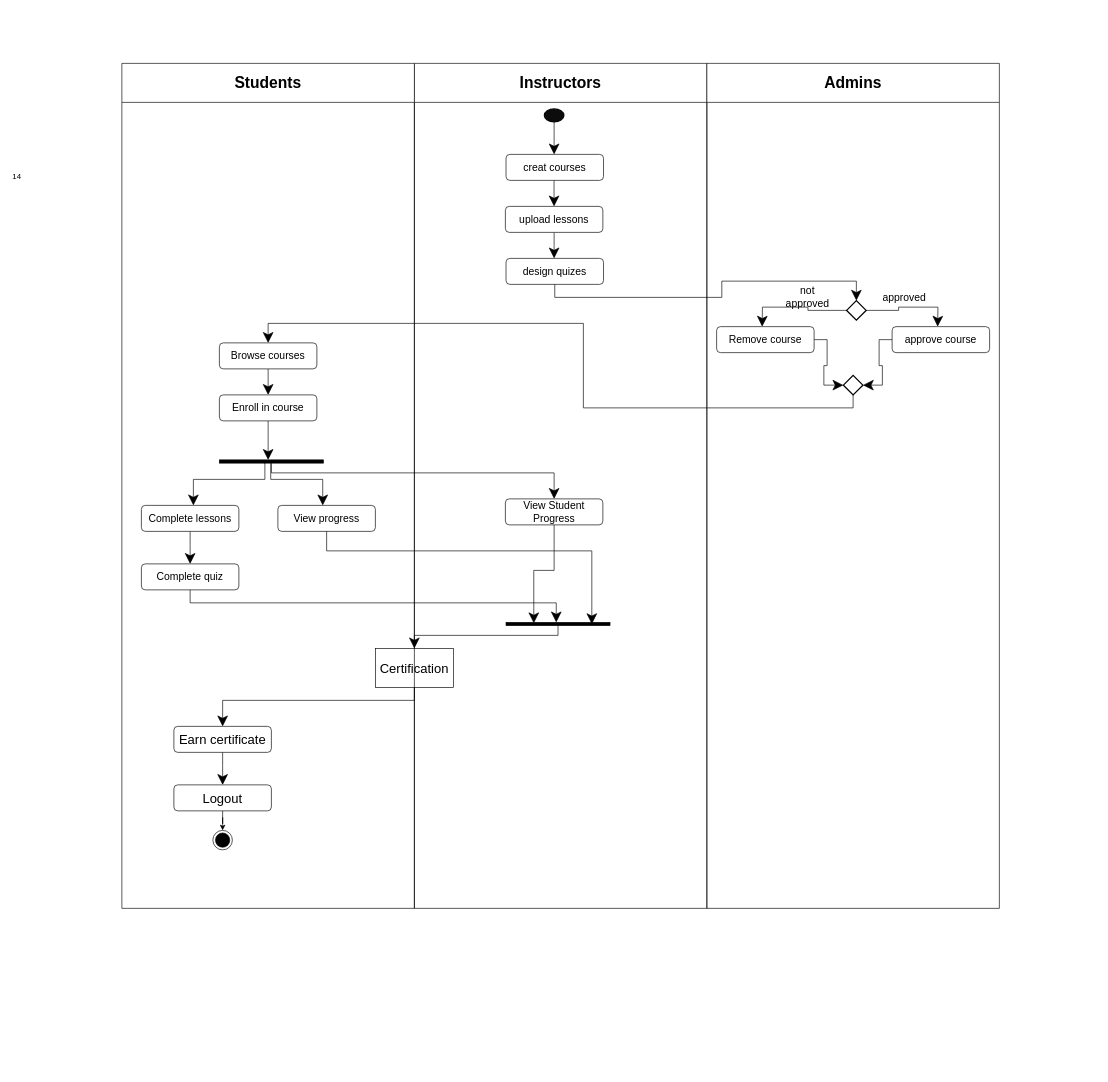
This is Diagrams/activity diagram.drawio from Smook-e/Prog2_lab6, a draw.io file, before an edit. Source tidied: cells renumbered, new cells numbered last; positions are measured from the earlier drawing's top-left corner, leaving out a move shared by most shapes. Both pictures are drawn from the tidied source at 65%, with x=0, y=0 at pixel (11, 63).
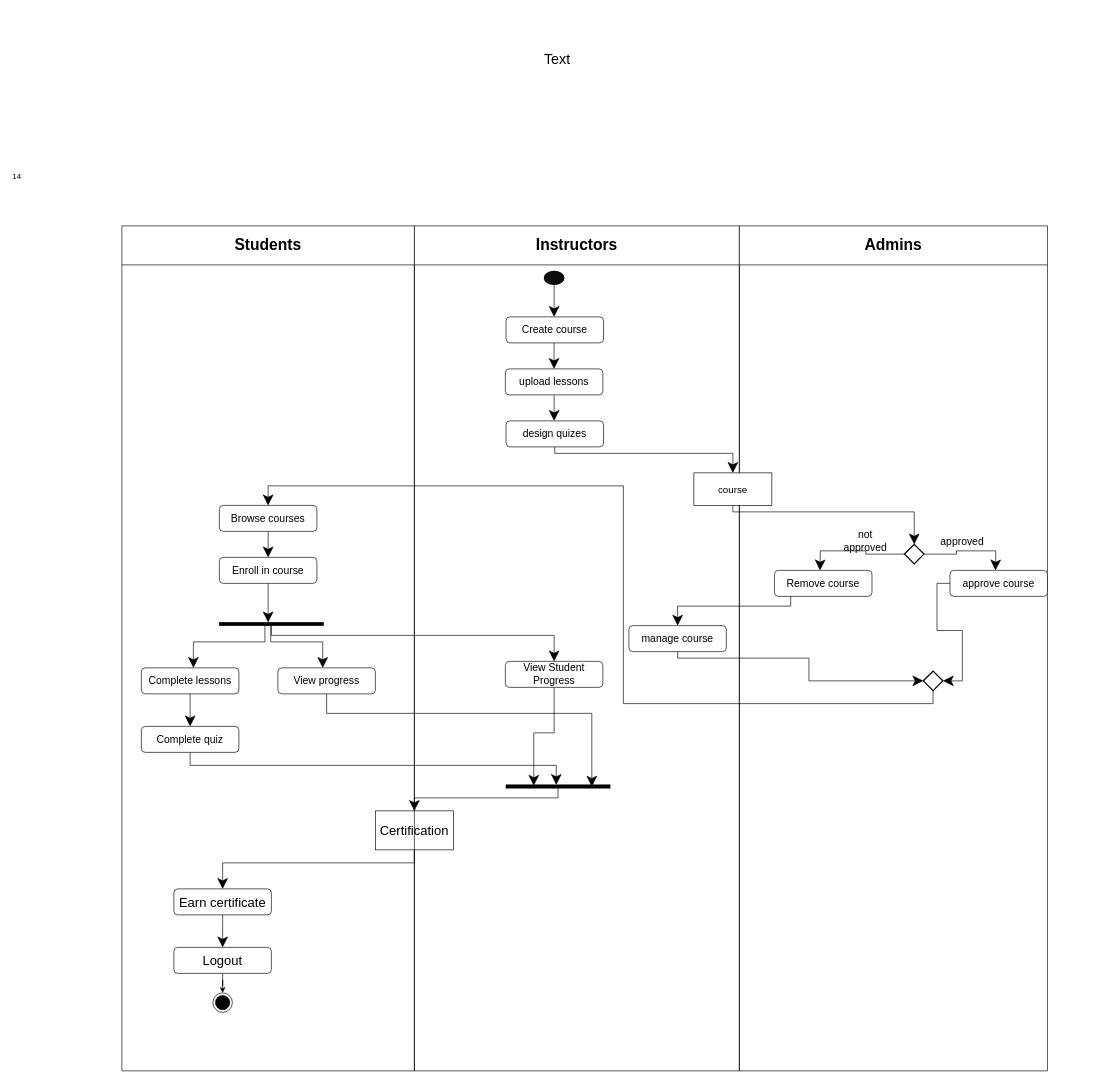
The same page after the edit.

Unchanged cells that the change refers to:
```xml
<mxCell id="9" value="design quizes" style="rounded=1;whiteSpace=wrap;html=1;fontSize=16;" parent="2" vertex="1">
  <mxGeometry x="141" y="300" width="150" height="40" as="geometry" />
</mxCell>
<mxCell id="10" value="View Student Progress" style="rounded=1;whiteSpace=wrap;html=1;fontSize=16;" parent="2" vertex="1">
  <mxGeometry x="140" y="670" width="150" height="40" as="geometry" />
</mxCell>
<mxCell id="12" style="html=1;points=[];perimeter=orthogonalPerimeter;fillColor=strokeColor;direction=south;" parent="2" vertex="1">
  <mxGeometry x="141" y="860" width="160" height="5" as="geometry" />
</mxCell>
<mxCell id="14" value="Certification" style="rounded=0;whiteSpace=wrap;html=1;fontSize=20;" parent="2" vertex="1">
  <mxGeometry x="-60" y="900" width="120" height="60" as="geometry" />
</mxCell>
<mxCell id="22" style="html=1;points=[];perimeter=orthogonalPerimeter;fillColor=strokeColor;direction=south;" parent="15" vertex="1">
  <mxGeometry x="150" y="610" width="160" height="5" as="geometry" />
</mxCell>
<mxCell id="23" value="View progress" style="rounded=1;whiteSpace=wrap;html=1;fontSize=16;" parent="15" vertex="1">
  <mxGeometry x="240" y="680" width="150" height="40" as="geometry" />
</mxCell>
<mxCell id="26" value="Complete quiz" style="rounded=1;whiteSpace=wrap;html=1;fontSize=16;" parent="15" vertex="1">
  <mxGeometry x="30" y="770" width="150" height="40" as="geometry" />
</mxCell>
<mxCell id="28" value="Earn certificate" style="rounded=1;whiteSpace=wrap;html=1;fontSize=20;" parent="15" vertex="1">
  <mxGeometry x="80" y="1020" width="150" height="40" as="geometry" />
</mxCell>
```

What changed in the source:
```diff
@@
     <mxCell id="2" value="Instructors" style="swimlane;whiteSpace=wrap;html=1;startSize=60;fontSize=24;" parent="1" vertex="1">
-      <mxGeometry x="620" width="450" height="1300" as="geometry" />
+      <mxGeometry x="620" y="250" width="500" height="1300" as="geometry" />
     </mxCell>
@@
-    <mxCell id="6" value="creat courses" style="rounded=1;whiteSpace=wrap;html=1;fontSize=16;" parent="2" vertex="1">
+    <mxCell id="6" value="Create course" style="rounded=1;whiteSpace=wrap;html=1;fontSize=16;" parent="2" vertex="1">
       <mxGeometry x="141" y="140" width="150" height="40" as="geometry" />
     </mxCell>
@@
     <mxCell id="15" value="Students" style="swimlane;whiteSpace=wrap;html=1;startSize=60;strokeWidth=1;fontSize=24;" parent="1" vertex="1">
-      <mxGeometry x="170" width="450" height="1300" as="geometry" />
+      <mxGeometry x="170" y="250" width="450" height="1300" as="geometry" />
     </mxCell>
@@
     <mxCell id="32" value="Admins" style="swimlane;whiteSpace=wrap;html=1;startSize=60;fontSize=24;" parent="1" vertex="1">
-      <mxGeometry x="1070" width="450" height="1300" as="geometry" />
+      <mxGeometry x="1120" y="250" width="474" height="1300" as="geometry" />
     </mxCell>
+    <mxCell id="50" value="manage course" style="rounded=1;whiteSpace=wrap;html=1;fontSize=16;" parent="32" vertex="1">
+      <mxGeometry x="-170" y="615" width="150" height="40" as="geometry" />
+    </mxCell>
     <mxCell id="33" style="edgeStyle=orthogonalEdgeStyle;rounded=0;jettySize=auto;html=1;endSize=14;startSize=14;" parent="32" edge="1" source="35">
       <mxGeometry relative="1" as="geometry">
-        <mxPoint x="355" y="405" as="targetPoint" />
+        <mxPoint x="394" y="530" as="targetPoint" />
       </mxGeometry>
     </mxCell>
     <mxCell id="34" style="edgeStyle=orthogonalEdgeStyle;rounded=0;jettySize=auto;html=1;startSize=14;endSize=14;" parent="32" edge="1" source="35">
       <mxGeometry relative="1" as="geometry">
-        <mxPoint x="85" y="405" as="targetPoint" />
+        <mxPoint x="124" y="530" as="targetPoint" />
       </mxGeometry>
     </mxCell>
     <mxCell id="35" style="rhombus;whiteSpace=wrap;html=1;strokeWidth=2;" parent="32" vertex="1">
-      <mxGeometry x="215" y="365" width="30" height="30" as="geometry" />
+      <mxGeometry x="254" y="490" width="30" height="30" as="geometry" />
     </mxCell>
     <mxCell id="36" value="approved" style="text;html=1;whiteSpace=wrap;strokeColor=none;fillColor=none;align=center;verticalAlign=middle;rounded=0;fontSize=16;strokeWidth=3;" parent="32" vertex="1">
-      <mxGeometry x="274" y="345" width="60" height="30" as="geometry" />
+      <mxGeometry x="313" y="470" width="60" height="30" as="geometry" />
     </mxCell>
     <mxCell id="37" value="not approved" style="text;html=1;whiteSpace=wrap;strokeColor=none;fillColor=none;align=center;verticalAlign=middle;rounded=0;fontSize=16;strokeWidth=3;" parent="32" vertex="1">
-      <mxGeometry x="125" y="345" width="60" height="30" as="geometry" />
+      <mxGeometry x="164" y="470" width="60" height="30" as="geometry" />
     </mxCell>
-    <mxCell id="38" style="edgeStyle=orthogonalEdgeStyle;rounded=0;jettySize=auto;html=1;entryX=0;entryY=0.5;entryDx=0;entryDy=0;endSize=14;startSize=14;" parent="32" edge="1" source="39" target="42">
-      <mxGeometry relative="1" as="geometry" />
-    </mxCell>
     <mxCell id="39" value="Remove course" style="rounded=1;whiteSpace=wrap;html=1;fontSize=16;" parent="32" vertex="1">
-      <mxGeometry x="15" y="405" width="150" height="40" as="geometry" />
+      <mxGeometry x="54" y="530" width="150" height="40" as="geometry" />
     </mxCell>
@@
     <mxCell id="41" value="approve course" style="rounded=1;whiteSpace=wrap;html=1;fontSize=16;" parent="32" vertex="1">
-      <mxGeometry x="285" y="405" width="150" height="40" as="geometry" />
+      <mxGeometry x="324" y="530" width="150" height="40" as="geometry" />
     </mxCell>
     <mxCell id="42" style="rhombus;whiteSpace=wrap;html=1;strokeWidth=2;" parent="32" vertex="1">
-      <mxGeometry x="210" y="480" width="30" height="30" as="geometry" />
+      <mxGeometry x="283" y="685" width="30" height="30" as="geometry" />
     </mxCell>
-    <mxCell id="43" style="edgeStyle=orthogonalEdgeStyle;rounded=0;jettySize=auto;html=1;entryX=0.5;entryY=0;entryDx=0;entryDy=0;exitX=0.5;exitY=1;exitDx=0;exitDy=0;startSize=14;endSize=14;" parent="1" edge="1" source="9" target="35">
-      <mxGeometry relative="1" as="geometry" />
-    </mxCell>
+    <mxCell id="51" style="edgeStyle=orthogonalEdgeStyle;rounded=0;jettySize=auto;html=1;entryX=0.5;entryY=0;entryDx=0;entryDy=0;startSize=14;endSize=14;" parent="32" edge="1" source="39" target="50">
+      <mxGeometry relative="1" as="geometry">
+        <Array as="points">
+          <mxPoint x="79" y="585" />
+          <mxPoint x="-95" y="585" />
+        </Array>
+      </mxGeometry>
+    </mxCell>
+    <mxCell id="52" style="edgeStyle=orthogonalEdgeStyle;rounded=0;jettySize=auto;html=1;entryX=0;entryY=0.5;entryDx=0;entryDy=0;startSize=14;endSize=14;" parent="32" edge="1" source="50" target="42">
+      <mxGeometry relative="1" as="geometry">
+        <Array as="points">
+          <mxPoint x="-95" y="665" />
+          <mxPoint x="107" y="665" />
+          <mxPoint x="107" y="700" />
+        </Array>
+      </mxGeometry>
+    </mxCell>
+    <mxCell id="53" value="course" style="rounded=0;whiteSpace=wrap;html=1;fontSize=15;" parent="32" vertex="1">
+      <mxGeometry x="-70" y="380" width="120" height="50" as="geometry" />
+    </mxCell>
+    <mxCell id="54" style="edgeStyle=orthogonalEdgeStyle;rounded=0;jettySize=auto;html=1;entryX=0.5;entryY=0;entryDx=0;entryDy=0;startSize=14;endSize=14;" parent="32" edge="1" source="53" target="35">
+      <mxGeometry relative="1" as="geometry">
+        <Array as="points">
+          <mxPoint x="-10" y="440" />
+          <mxPoint x="269" y="440" />
+        </Array>
+      </mxGeometry>
+    </mxCell>
@@
     <mxCell id="45" style="edgeStyle=orthogonalEdgeStyle;rounded=0;jettySize=auto;html=1;entryX=0.533;entryY=0.175;entryDx=0;entryDy=0;entryPerimeter=0;endSize=14;startSize=14;" parent="1" edge="1" source="23" target="12">
       <mxGeometry relative="1" as="geometry">
         <Array as="points">
-          <mxPoint x="485" y="750" />
-          <mxPoint x="893" y="750" />
+          <mxPoint x="485" y="1000" />
+          <mxPoint x="893" y="1000" />
         </Array>
       </mxGeometry>
     </mxCell>
     <mxCell id="46" style="edgeStyle=orthogonalEdgeStyle;rounded=0;jettySize=auto;html=1;entryX=0;entryY=0.517;entryDx=0;entryDy=0;entryPerimeter=0;endSize=14;startSize=14;" parent="1" edge="1" source="26" target="12">
       <mxGeometry relative="1" as="geometry">
         <Array as="points">
-          <mxPoint x="275" y="830" />
-          <mxPoint x="838" y="830" />
+          <mxPoint x="275" y="1080" />
+          <mxPoint x="838" y="1080" />
         </Array>
       </mxGeometry>
     </mxCell>
     <mxCell id="47" style="edgeStyle=orthogonalEdgeStyle;rounded=0;jettySize=auto;html=1;entryX=0.5;entryY=0;entryDx=0;entryDy=0;endSize=14;startSize=14;" parent="1" edge="1" source="14" target="28">
       <mxGeometry relative="1" as="geometry">
         <Array as="points">
-          <mxPoint x="620" y="980" />
-          <mxPoint x="325" y="980" />
+          <mxPoint x="620" y="1230" />
+          <mxPoint x="325" y="1230" />
         </Array>
       </mxGeometry>
     </mxCell>
@@
     <mxCell id="49" style="edgeStyle=orthogonalEdgeStyle;rounded=0;jettySize=auto;html=1;entryX=0.5;entryY=0;entryDx=0;entryDy=0;endSize=14;startSize=14;" parent="1" edge="1" source="22" target="10">
       <mxGeometry relative="1" as="geometry">
         <Array as="points">
-          <mxPoint x="400" y="630" />
-          <mxPoint x="835" y="630" />
+          <mxPoint x="400" y="880" />
+          <mxPoint x="835" y="880" />
         </Array>
       </mxGeometry>
     </mxCell>
+    <mxCell id="55" style="edgeStyle=orthogonalEdgeStyle;rounded=0;jettySize=auto;html=1;startSize=14;endSize=14;" parent="1" edge="1" source="9" target="53">
+      <mxGeometry relative="1" as="geometry">
+        <Array as="points">
+          <mxPoint x="836" y="600" />
+          <mxPoint x="1110" y="600" />
+        </Array>
+      </mxGeometry>
+    </mxCell>
+    <mxCell id="56" value="Text" style="text;html=1;whiteSpace=wrap;strokeColor=none;fillColor=none;align=center;verticalAlign=middle;rounded=0;fontSize=22;" parent="1" vertex="1">
+      <mxGeometry x="10" y="-80" width="1660" height="150" as="geometry" />
+    </mxCell>
```
